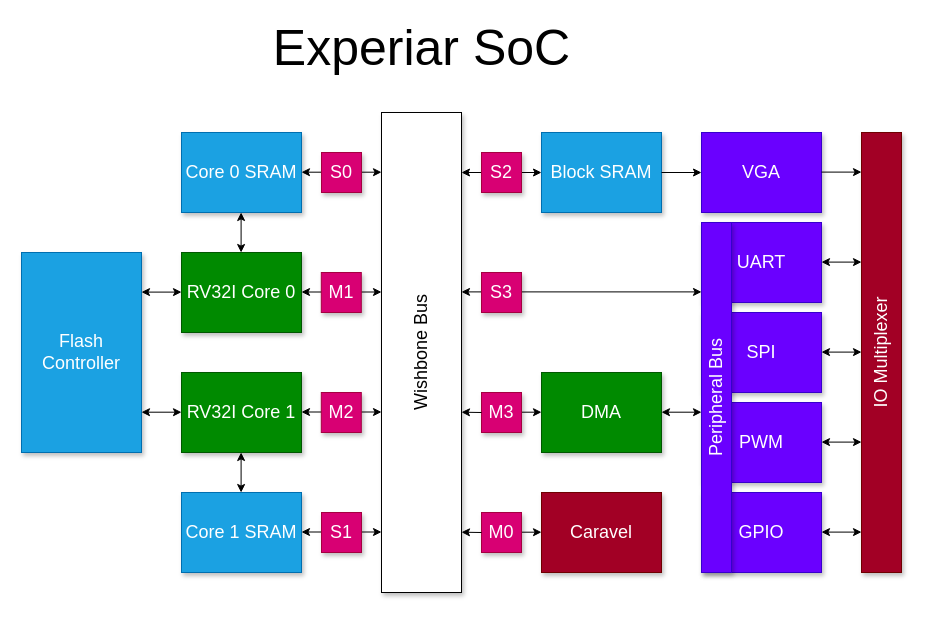
Wevel/ExperiarSoC keeps this draw.io diagram as page "Overview" (1 of 4) of docs/Design/ExperiarSoC.drawio. Above is the earlier version. Source tidied: cells renumbered, new cells numbered last; positions are measured from the earlier drawing's top-left corner, leaving out a move shared by most shapes. Both pictures are drawn from the tidied source at 100%, with x=0, y=0 at pixel (21, 32).
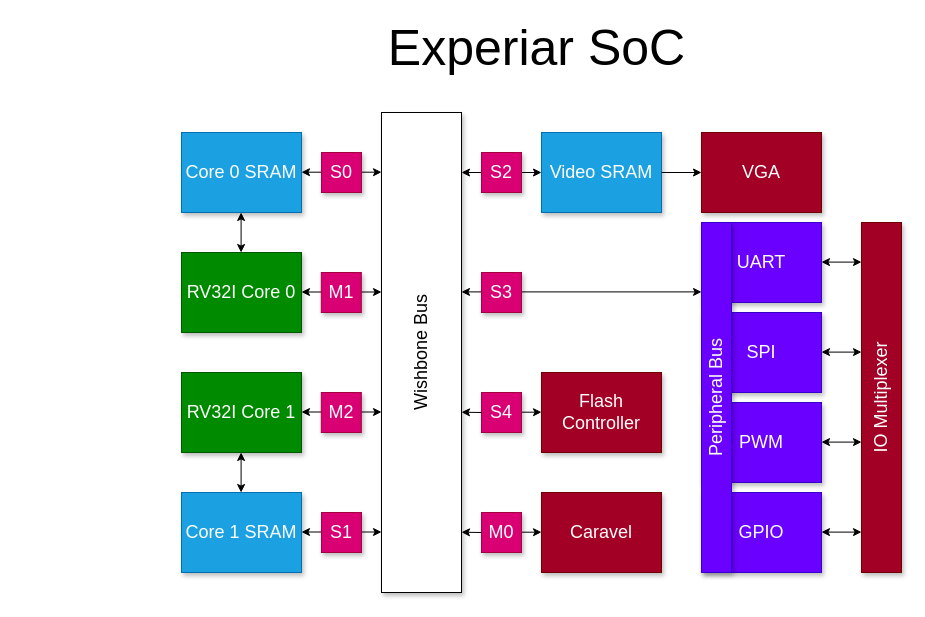
After the change.

Diff of the diagram source:
```diff
@@
-    <mxCell id="20" value="VGA" style="whiteSpace=wrap;html=1;shadow=1;fontSize=18;fillColor=#6a00ff;fontColor=#ffffff;strokeColor=#3700CC;" parent="1" vertex="1">
+    <mxCell id="20" value="VGA" style="whiteSpace=wrap;html=1;shadow=1;fontSize=18;fillColor=#a20025;fontColor=#ffffff;strokeColor=#6F0000;" parent="1" vertex="1">
       <mxGeometry x="680" y="100" width="120" height="80" as="geometry" />
     </mxCell>
     <mxCell id="21" value="&lt;font style=&quot;font-size: 50px&quot;&gt;Experiar SoC&lt;/font&gt;" style="text;html=1;align=center;verticalAlign=middle;strokeColor=none;fillColor=none;" parent="1" vertex="1">
-      <mxGeometry x="245" width="310" height="30" as="geometry" />
+      <mxGeometry x="360" width="310" height="30" as="geometry" />
     </mxCell>
@@
-    <mxCell id="26" value="Block SRAM" style="whiteSpace=wrap;html=1;shadow=1;fontSize=18;fillColor=#1ba1e2;fontColor=#ffffff;strokeColor=#006EAF;" parent="1" vertex="1">
+    <mxCell id="26" value="Video SRAM" style="whiteSpace=wrap;html=1;shadow=1;fontSize=18;fillColor=#1ba1e2;fontColor=#ffffff;strokeColor=#006EAF;" parent="1" vertex="1">
       <mxGeometry x="520" y="100" width="120" height="80" as="geometry" />
     </mxCell>
@@
-    <mxCell id="30" value="DMA" style="whiteSpace=wrap;html=1;shadow=1;fontSize=18;fillColor=#008a00;fontColor=#ffffff;strokeColor=#005700;" parent="1" vertex="1">
-      <mxGeometry x="520" y="340" width="120" height="80" as="geometry" />
-    </mxCell>
-    <mxCell id="31" style="rounded=0;html=1;startArrow=classic;startFill=1;jettySize=auto;orthogonalLoop=1;fontSize=18;elbow=vertical;endArrow=classic;endFill=1;" parent="1" edge="1">
-      <mxGeometry relative="1" as="geometry">
-        <mxPoint x="680" y="379.7" as="sourcePoint" />
-        <mxPoint x="640" y="379.7" as="targetPoint" />
-      </mxGeometry>
-    </mxCell>
@@
-    <mxCell id="33" value="M3" style="whiteSpace=wrap;html=1;shadow=1;fontSize=18;fillColor=#d80073;fontColor=#ffffff;strokeColor=#A50040;" parent="1" vertex="1">
+    <mxCell id="33" value="S4" style="whiteSpace=wrap;html=1;shadow=1;fontSize=18;fillColor=#d80073;fontColor=#ffffff;strokeColor=#A50040;" parent="1" vertex="1">
       <mxGeometry x="460" y="360" width="40" height="40" as="geometry" />
     </mxCell>
@@
     <mxCell id="39" value="IO Multiplexer" style="whiteSpace=wrap;html=1;shadow=1;fontSize=18;fillColor=#a20025;fontColor=#ffffff;strokeColor=#6F0000;horizontal=0;" parent="1" vertex="1">
-      <mxGeometry x="840" y="100" width="40" height="440" as="geometry" />
+      <mxGeometry x="840" y="190" width="40" height="350" as="geometry" />
     </mxCell>
-    <mxCell id="40" style="rounded=0;html=1;startArrow=classic;startFill=1;jettySize=auto;orthogonalLoop=1;fontSize=18;elbow=vertical;endArrow=none;endFill=0;" parent="1" edge="1">
-      <mxGeometry relative="1" as="geometry">
-        <mxPoint x="840" y="139.6" as="sourcePoint" />
-        <mxPoint x="800" y="139.6" as="targetPoint" />
-      </mxGeometry>
-    </mxCell>
@@
-    <mxCell id="45" value="Flash Controller" style="whiteSpace=wrap;html=1;shadow=1;fontSize=18;fillColor=#1ba1e2;fontColor=#ffffff;strokeColor=#006EAF;" parent="1" vertex="1">
-      <mxGeometry y="220" width="120" height="200" as="geometry" />
+    <mxCell id="45" value="Flash Controller" style="whiteSpace=wrap;html=1;shadow=1;fontSize=18;fillColor=#a20025;fontColor=#ffffff;strokeColor=#6F0000;" parent="1" vertex="1">
+      <mxGeometry x="520" y="340" width="120" height="80" as="geometry" />
     </mxCell>
-    <mxCell id="46" style="rounded=0;html=1;startArrow=classic;startFill=1;jettySize=auto;orthogonalLoop=1;fontSize=18;elbow=vertical;endArrow=classic;endFill=1;" parent="1" edge="1">
-      <mxGeometry relative="1" as="geometry">
-        <mxPoint x="160" y="259.6" as="sourcePoint" />
-        <mxPoint x="120" y="259.6" as="targetPoint" />
-      </mxGeometry>
-    </mxCell>
-    <mxCell id="47" style="rounded=0;html=1;startArrow=classic;startFill=1;jettySize=auto;orthogonalLoop=1;fontSize=18;elbow=vertical;endArrow=classic;endFill=1;" parent="1" edge="1">
-      <mxGeometry relative="1" as="geometry">
-        <mxPoint x="160" y="379.7" as="sourcePoint" />
-        <mxPoint x="120" y="379.7" as="targetPoint" />
-      </mxGeometry>
-    </mxCell>
```
